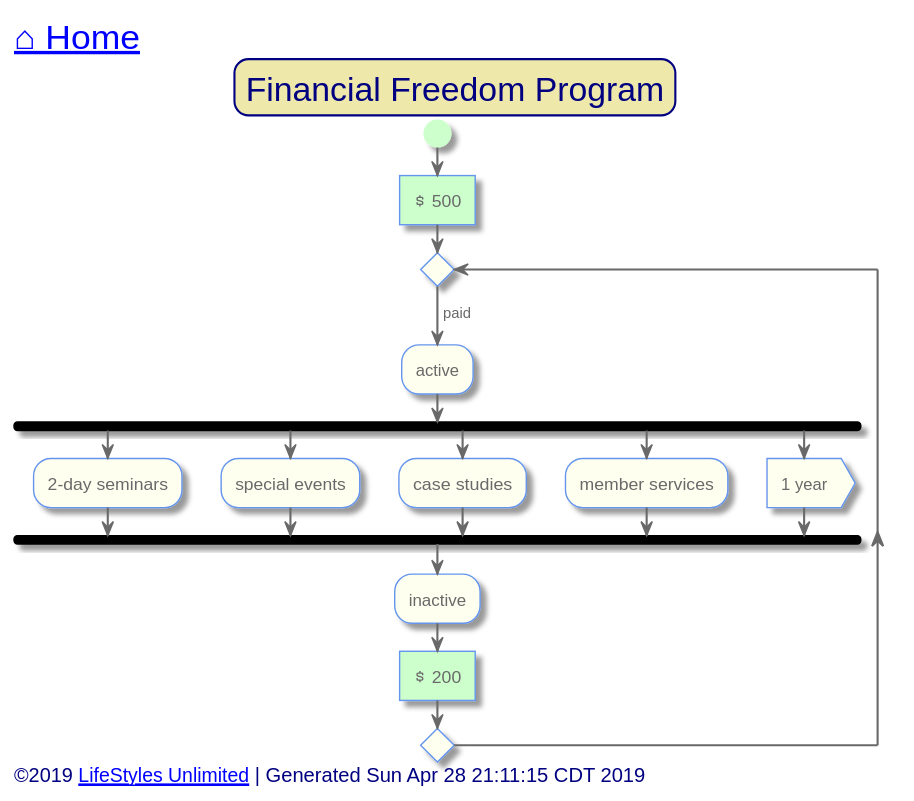
Above: out/src/unlimited-lifestyle/financial-freedom-program.svg in toddmo/lifestylesunlimited (PlantUML), before the change.
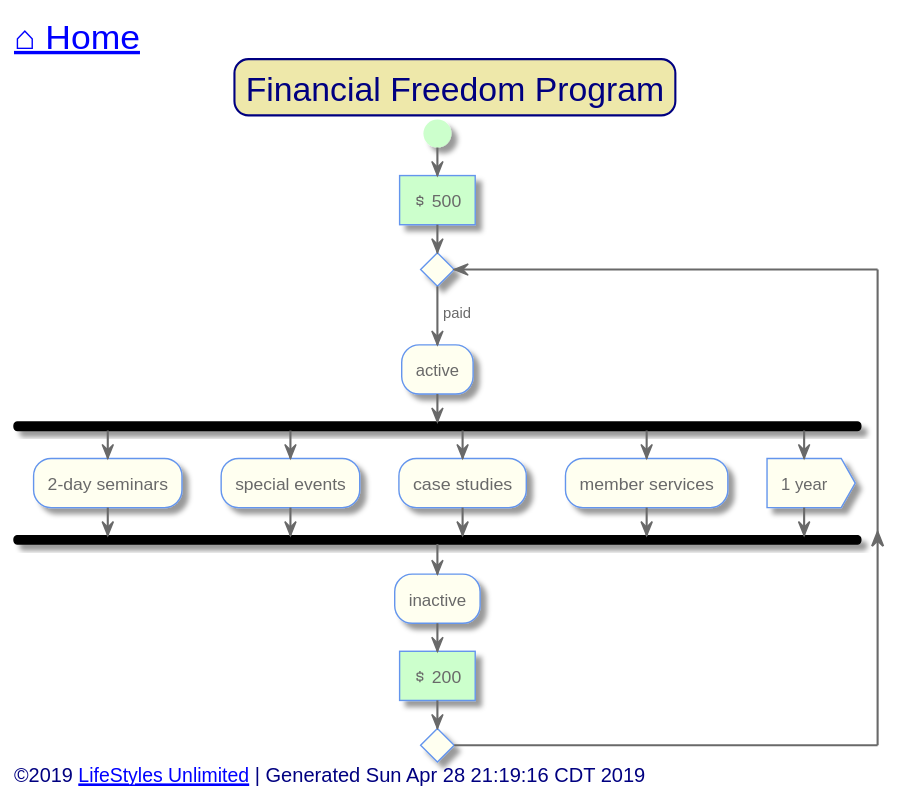
Above is the later version.

What changed in the source:
```diff
@@ -109,7 +109,7 @@
 
 
 left footer
-	<font size=14>©2019 [[http://www.lifestylesunlimited.com LifeStyles Unlimited]] | Generated Sun Apr 28 21:11:15 CDT 2019</font>
+	<font size=14>©2019 [[http://www.lifestylesunlimited.com LifeStyles Unlimited]] | Generated Sun Apr 28 21:19:16 CDT 2019</font>
 endfooter
 
 
```
